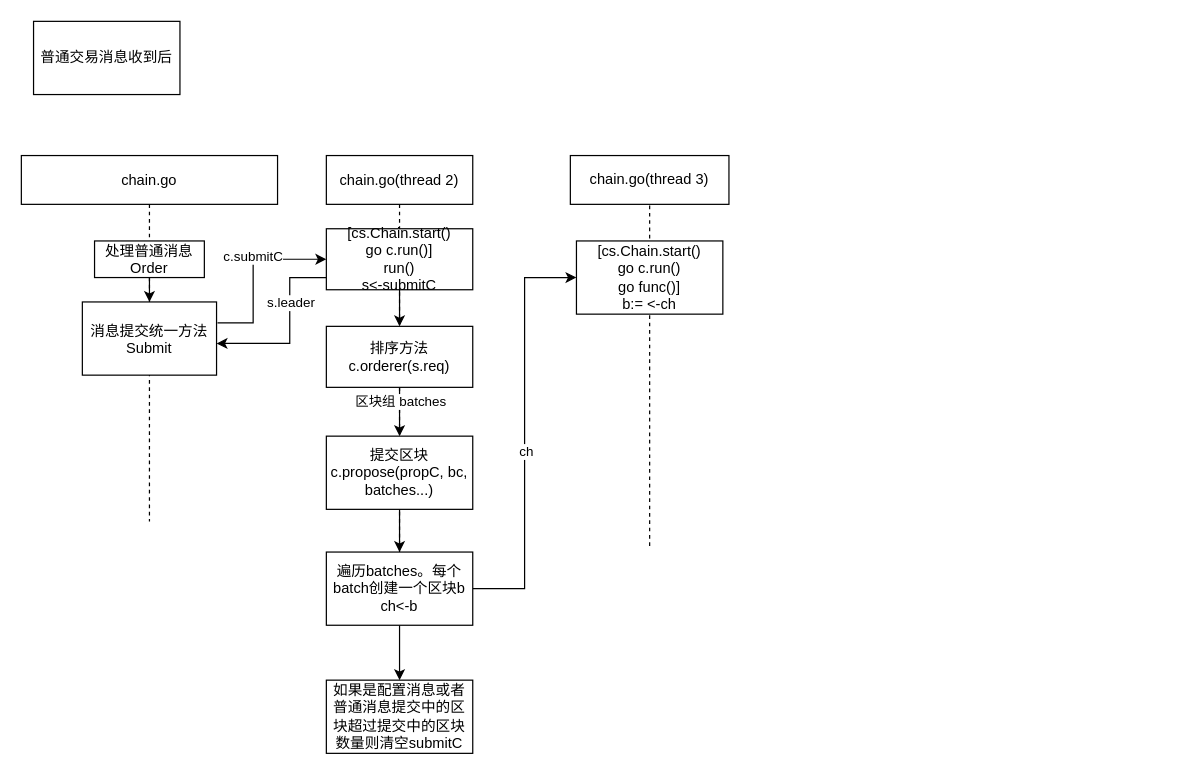
The draw.io diagram Untitled Diagram.drawio in burnandgun/diagrams, before the edit. Source tidied: cells renumbered, new cells numbered last; positions are measured from the earlier drawing's top-left corner, leaving out a move shared by most shapes. Both pictures are drawn from the tidied source at 122%, with x=0, y=0 at pixel (21, 21).
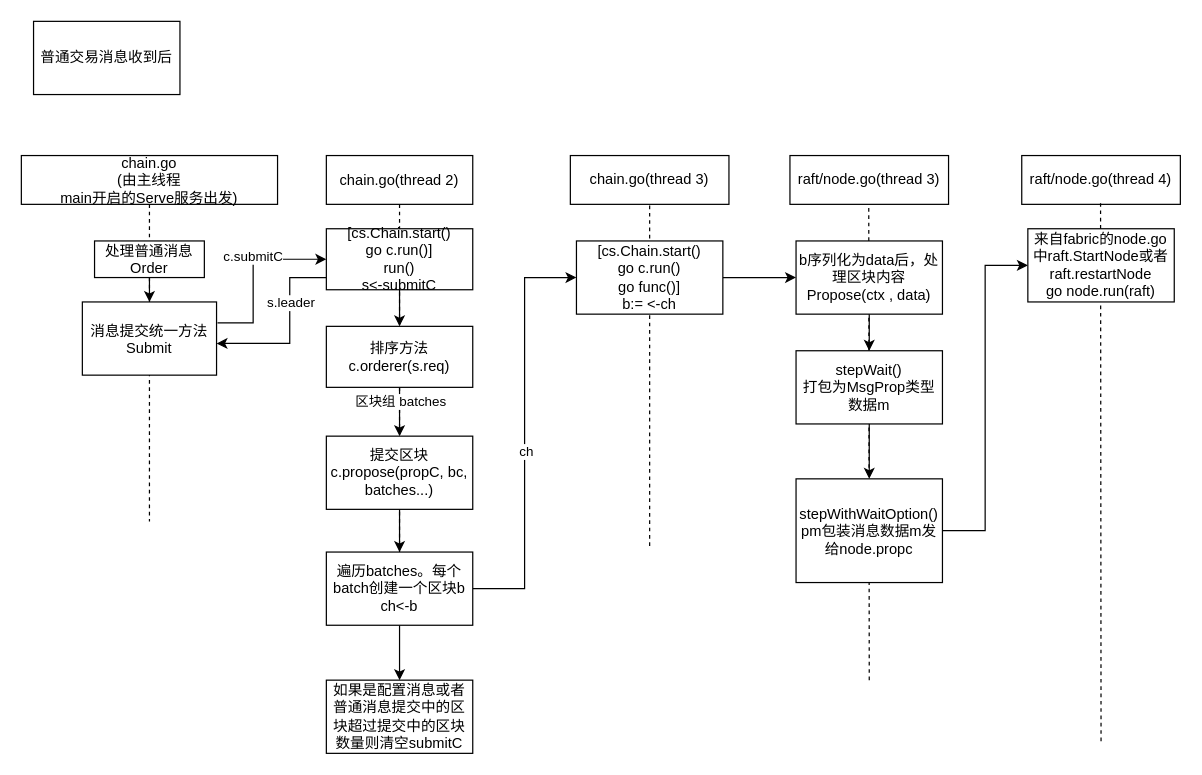
The same diagram, later.

Commit message:
由main开启的server服务出发

The change refers to these unchanged cells:
```xml
<mxCell id="26" value="&lt;span style=&quot;&quot;&gt;[cs.Chain.start()&lt;/span&gt;&lt;br style=&quot;&quot;&gt;&lt;span style=&quot;&quot;&gt;go c.run()&lt;br&gt;go func()]&lt;br&gt;b:= &amp;lt;-ch&lt;br&gt;&lt;/span&gt;" style="rounded=0;whiteSpace=wrap;html=1;" parent="1" vertex="1">
  <mxGeometry x="455" y="180" width="120" height="60" as="geometry" />
</mxCell>
```

What changed in the source:
```diff
@@
-    <mxCell id="2" value="chain.go" style="shape=umlLifeline;perimeter=lifelinePerimeter;rounded=0;shadow=0;strokeWidth=1;" parent="1" vertex="1">
+    <mxCell id="2" value="chain.go&#10;(由主线程&#10;main开启的Serve服务出发)" style="shape=umlLifeline;perimeter=lifelinePerimeter;rounded=0;shadow=0;strokeWidth=1;" parent="1" vertex="1">
       <mxGeometry y="110" width="210" height="300" as="geometry" />
     </mxCell>
@@
+    <mxCell id="27" style="edgeStyle=orthogonalEdgeStyle;rounded=0;jettySize=auto;html=1;" parent="1" edge="1" source="26" target="31">
+      <mxGeometry relative="1" as="geometry" />
+    </mxCell>
@@
+    <mxCell id="28" value="&lt;span style=&quot;&quot;&gt;raft/node.go(thread 3)&lt;/span&gt;" style="rounded=0;whiteSpace=wrap;html=1;" parent="1" vertex="1">
+      <mxGeometry x="630" y="110" width="130" height="40" as="geometry" />
+    </mxCell>
+    <mxCell id="29" style="endArrow=none;dashed=1;html=1;rounded=0;entryX=0.5;entryY=1;entryDx=0;entryDy=0;startArrow=none;" parent="1" edge="1">
+      <mxGeometry relative="1" as="geometry">
+        <mxPoint x="695" y="540" as="sourcePoint" />
+        <mxPoint x="694.6" y="150" as="targetPoint" />
+      </mxGeometry>
+    </mxCell>
+    <mxCell id="30" style="edgeStyle=orthogonalEdgeStyle;rounded=0;jettySize=auto;html=1;" parent="1" edge="1" source="31" target="33">
+      <mxGeometry relative="1" as="geometry" />
+    </mxCell>
+    <mxCell id="31" value="b序列化为data后，处理区块内容&lt;br&gt;Propose(ctx , data)" style="whiteSpace=wrap;html=1;rounded=0;" parent="1" vertex="1">
+      <mxGeometry x="635" y="180" width="120" height="60" as="geometry" />
+    </mxCell>
+    <mxCell id="32" style="edgeStyle=orthogonalEdgeStyle;rounded=0;jettySize=auto;html=1;" parent="1" edge="1" source="33" target="35">
+      <mxGeometry relative="1" as="geometry" />
+    </mxCell>
+    <mxCell id="33" value="stepWait()&lt;br&gt;打包为MsgProp类型数据m" style="whiteSpace=wrap;html=1;rounded=0;" parent="1" vertex="1">
+      <mxGeometry x="635" y="270" width="120" height="60" as="geometry" />
+    </mxCell>
+    <mxCell id="34" style="edgeStyle=orthogonalEdgeStyle;rounded=0;jettySize=auto;html=1;entryX=0;entryY=0.5;entryDx=0;entryDy=0;" parent="1" edge="1" source="35" target="38">
+      <mxGeometry relative="1" as="geometry" />
+    </mxCell>
+    <mxCell id="35" value="stepWithWaitOption()&lt;br&gt;pm包装消息数据m发给node.propc" style="whiteSpace=wrap;html=1;rounded=0;" parent="1" vertex="1">
+      <mxGeometry x="635" y="375" width="120" height="85" as="geometry" />
+    </mxCell>
+    <mxCell id="36" value="&lt;span style=&quot;&quot;&gt;raft/node.go(thread 4)&lt;/span&gt;" style="rounded=0;whiteSpace=wrap;html=1;" parent="1" vertex="1">
+      <mxGeometry x="820" y="110" width="130" height="40" as="geometry" />
+    </mxCell>
+    <mxCell id="37" style="endArrow=none;dashed=1;html=1;rounded=0;entryX=0.5;entryY=1;entryDx=0;entryDy=0;startArrow=none;" parent="1" edge="1">
+      <mxGeometry relative="1" as="geometry">
+        <mxPoint x="885" y="590" as="sourcePoint" />
+        <mxPoint x="884.6" y="147.5" as="targetPoint" />
+      </mxGeometry>
+    </mxCell>
+    <mxCell id="38" value="来自fabric的node.go中raft.StartNode或者raft.restartNode&lt;br&gt;go node.run(raft)" style="whiteSpace=wrap;html=1;rounded=0;" parent="1" vertex="1">
+      <mxGeometry x="825" y="170" width="120" height="60" as="geometry" />
+    </mxCell>
```
